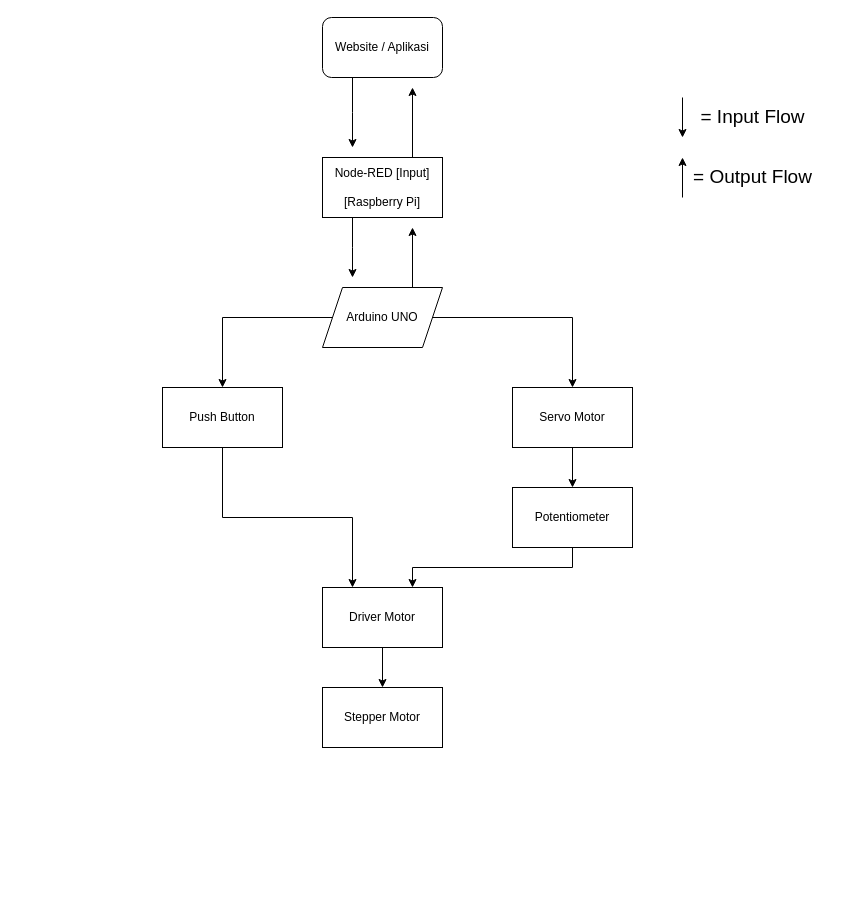
This is Stepper Motor.drawio from lmarkrol/bigstepper, a draw.io file, before an edit. Source tidied: cells renumbered, new cells numbered last; positions are measured from the earlier drawing's top-left corner, leaving out a move shared by most shapes. Both pictures are drawn from the tidied source at 100%, with x=0, y=0 at pixel (162, 17).
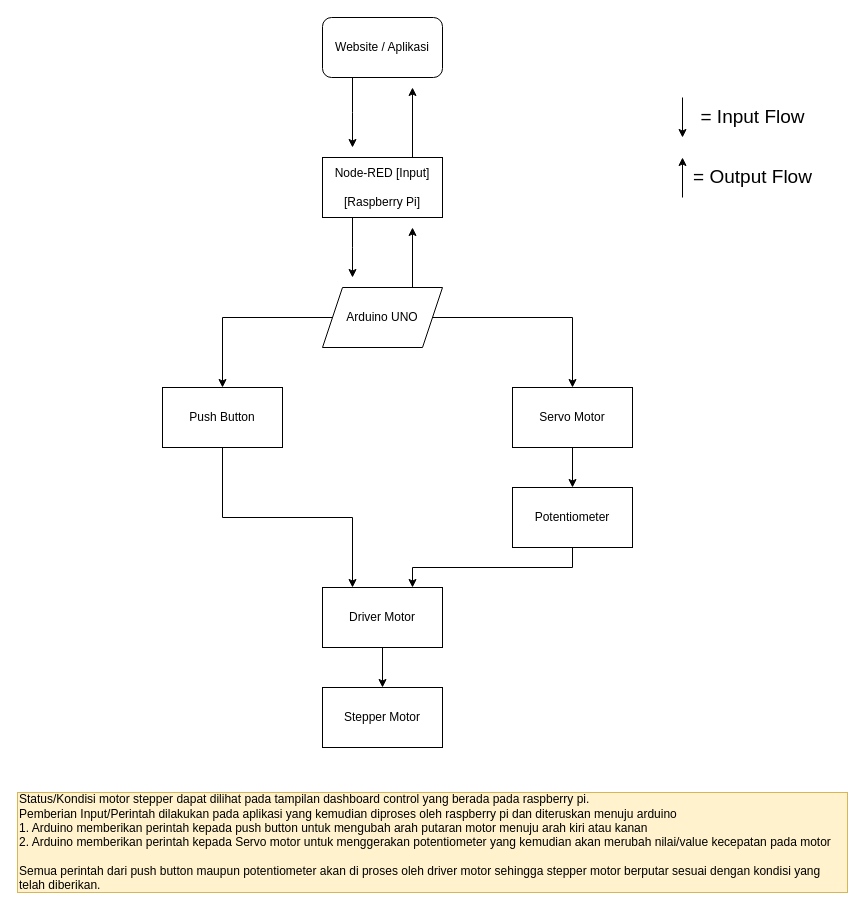
After the change.

What changed in the source:
```diff
@@
+    <mxCell id="24" value="&lt;div style=&quot;text-align: justify&quot;&gt;Status/Kondisi motor stepper dapat dilihat pada tampilan dashboard control yang berada pada raspberry pi.&lt;/div&gt;&lt;div style=&quot;text-align: justify&quot;&gt;Pemberian Input/Perintah dilakukan pada aplikasi yang kemudian diproses oleh raspberry pi dan diteruskan menuju arduino&lt;br&gt;1. Arduino memberikan perintah kepada push button untuk mengubah arah putaran motor menuju arah kiri atau kanan&lt;br&gt;2. Arduino memberikan perintah kepada Servo motor untuk menggerakan potentiometer yang kemudian akan merubah nilai/value kecepatan pada motor&lt;br&gt;&lt;br&gt;Semua perintah dari push button maupun potentiometer akan di proses oleh driver motor sehingga stepper motor berputar sesuai dengan kondisi yang&lt;/div&gt;&lt;div style=&quot;text-align: justify&quot;&gt;telah diberikan.&amp;nbsp;&lt;/div&gt;" style="text;html=1;align=left;verticalAlign=middle;fillColor=#fff2cc;strokeColor=#d6b656;" parent="1" vertex="1">
+      <mxGeometry x="-145" y="775" width="830" height="100" as="geometry" />
+    </mxCell>
```
